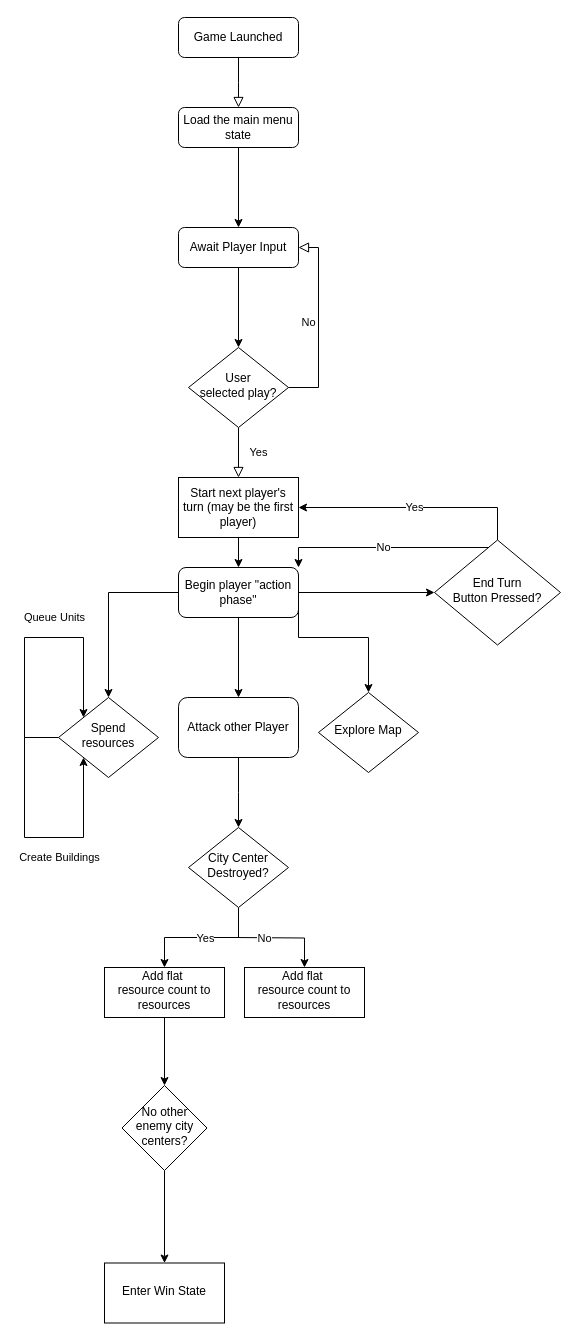
Earlier version of the draw.io diagram draw.io/Basic Game flow.drawio (bezmuth/civ-like-a). Source tidied: cells renumbered, new cells numbered last; positions are measured from the earlier drawing's top-left corner, leaving out a move shared by most shapes. Both pictures are drawn from the tidied source at 100%, with x=0, y=0 at pixel (24, 17).
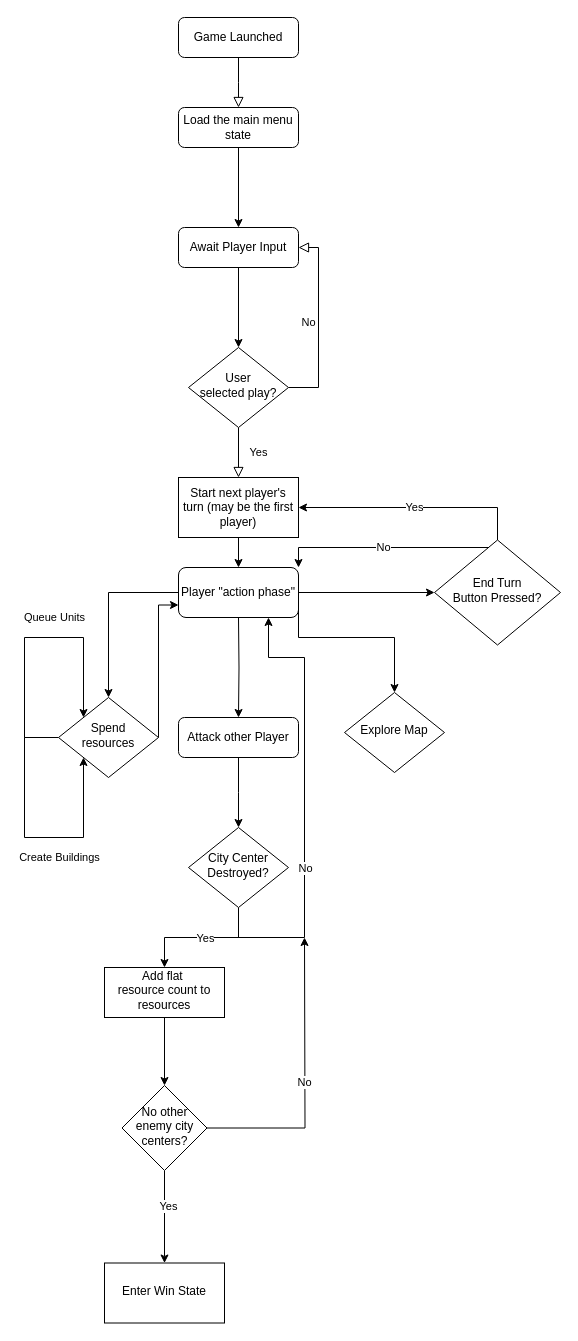
After the change.

The change refers to these unchanged cells:
```xml
<mxCell id="15" value="Spend resources" style="rhombus;whiteSpace=wrap;html=1;shadow=0;fontFamily=Helvetica;fontSize=12;align=center;strokeWidth=1;spacing=6;spacingTop=-4;" parent="1" vertex="1">
  <mxGeometry x="34" y="680" width="100" height="80" as="geometry" />
</mxCell>
<mxCell id="30" style="edgeStyle=orthogonalEdgeStyle;rounded=0;jettySize=auto;html=1;" parent="1" edge="1" source="31" target="32">
  <mxGeometry relative="1" as="geometry" />
</mxCell>
<mxCell id="31" value="No other enemy city centers?" style="rhombus;whiteSpace=wrap;html=1;shadow=0;strokeWidth=1;spacing=6;spacingTop=-4;" parent="1" vertex="1">
  <mxGeometry x="97.5" y="1068" width="85" height="85" as="geometry" />
</mxCell>
```

The edit, as a diff of the source:
```diff
@@
-    <mxCell id="9" value="Begin player &quot;action phase&quot;" style="rounded=1;whiteSpace=wrap;html=1;fontSize=12;glass=0;strokeWidth=1;shadow=0;" parent="1" vertex="1">
+    <mxCell id="9" value="Player &quot;action phase&quot;" style="rounded=1;whiteSpace=wrap;html=1;fontSize=12;glass=0;strokeWidth=1;shadow=0;" parent="1" vertex="1">
       <mxGeometry x="154" y="550" width="120" height="50" as="geometry" />
     </mxCell>
@@
+    <mxCell id="38" style="edgeStyle=orthogonalEdgeStyle;rounded=0;jettySize=auto;html=1;entryX=0;entryY=0.75;entryDx=0;entryDy=0;" parent="1" edge="1" source="15" target="9">
+      <mxGeometry relative="1" as="geometry">
+        <Array as="points">
+          <mxPoint x="134" y="588" />
+        </Array>
+      </mxGeometry>
+    </mxCell>
@@
     <mxCell id="16" style="edgeStyle=orthogonalEdgeStyle;rounded=0;jettySize=auto;html=1;exitX=1;exitY=0.5;exitDx=0;exitDy=0;entryX=0.5;entryY=0;entryDx=0;entryDy=0;" parent="1" edge="1" source="9" target="17">
       <mxGeometry relative="1" as="geometry">
         <Array as="points">
           <mxPoint x="274" y="620" />
-          <mxPoint x="344" y="620" />
+          <mxPoint x="370" y="620" />
         </Array>
       </mxGeometry>
     </mxCell>
     <mxCell id="17" value="Explore Map" style="rhombus;whiteSpace=wrap;html=1;shadow=0;fontFamily=Helvetica;fontSize=12;align=center;strokeWidth=1;spacing=6;spacingTop=-4;" parent="1" vertex="1">
-      <mxGeometry x="294" y="675" width="100" height="80" as="geometry" />
+      <mxGeometry x="320" y="675" width="100" height="80" as="geometry" />
     </mxCell>
-    <mxCell id="18" style="edgeStyle=orthogonalEdgeStyle;rounded=0;orthogonalLoop=1;jettySize=auto;html=1;" parent="1" edge="1">
+    <mxCell id="18" style="edgeStyle=orthogonalEdgeStyle;rounded=0;jettySize=auto;html=1;entryX=0.5;entryY=0;entryDx=0;entryDy=0;" parent="1" edge="1" target="20">
       <mxGeometry relative="1" as="geometry">
         <mxPoint x="214" y="600" as="sourcePoint" />
-        <mxPoint x="214" y="680" as="targetPoint" />
       </mxGeometry>
     </mxCell>
@@
     <mxCell id="20" value="Attack other Player" style="rounded=1;whiteSpace=wrap;html=1;" parent="1" vertex="1">
-      <mxGeometry x="154" y="680" width="120" height="60" as="geometry" />
+      <mxGeometry x="154" y="700" width="120" height="40" as="geometry" />
     </mxCell>
@@
-    <mxCell id="27" style="edgeStyle=orthogonalEdgeStyle;rounded=0;jettySize=auto;html=1;" parent="1" edge="1" target="29">
+    <mxCell id="27" style="edgeStyle=orthogonalEdgeStyle;rounded=0;jettySize=auto;html=1;entryX=0.75;entryY=1;entryDx=0;entryDy=0;" parent="1" edge="1" target="9">
       <mxGeometry relative="1" as="geometry">
-        <mxPoint x="210" y="920" as="sourcePoint" />
+        <mxPoint x="205" y="920" as="sourcePoint" />
+        <Array as="points">
+          <mxPoint x="280" y="920" />
+          <mxPoint x="280" y="640" />
+          <mxPoint x="244" y="640" />
+        </Array>
       </mxGeometry>
     </mxCell>
@@
-    <mxCell id="29" value="Add flat&amp;nbsp;&lt;br&gt;resource count to resources" style="whiteSpace=wrap;html=1;shadow=0;strokeWidth=1;spacing=6;spacingTop=-4;" parent="1" vertex="1">
-      <mxGeometry x="220" y="950" width="120" height="50" as="geometry" />
-    </mxCell>
@@
+    <mxCell id="39" value="Yes" style="edgeLabel;html=1;align=center;verticalAlign=middle;" parent="30" vertex="1">
+      <mxGeometry x="-0.24" y="3" relative="1" as="geometry" />
+    </mxCell>
+    <mxCell id="40" value="No" style="edgeStyle=orthogonalEdgeStyle;rounded=0;jettySize=auto;html=1;" parent="1" edge="1" source="31">
+      <mxGeometry relative="1" as="geometry">
+        <mxPoint x="280" y="920" as="targetPoint" />
+      </mxGeometry>
+    </mxCell>
```
